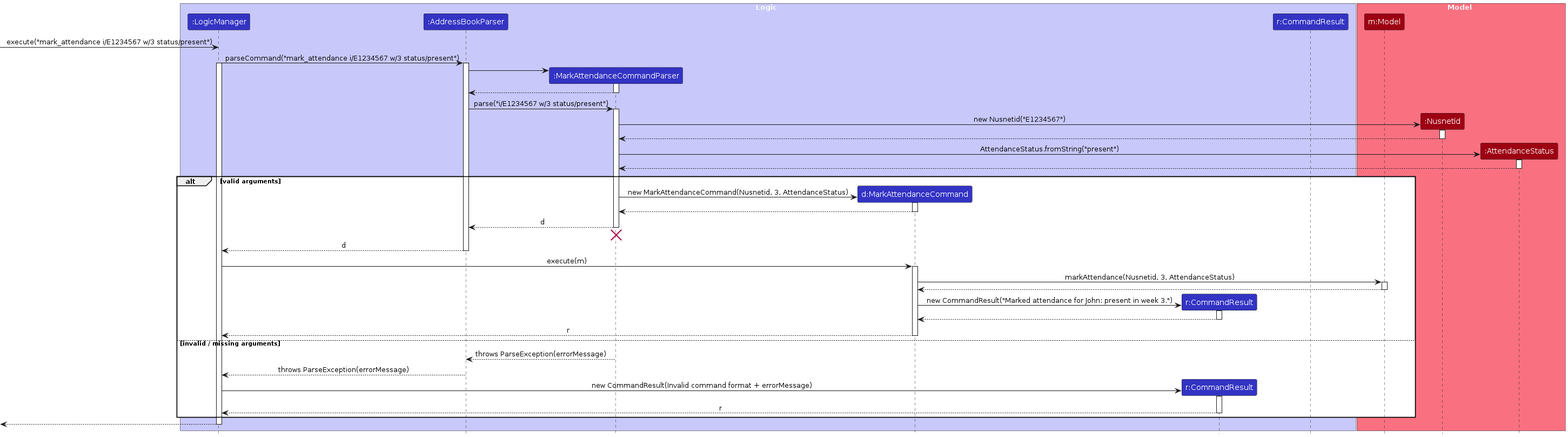
Above: diagrams/MarkAttendanceSequenceDiagram.png in AY2526S1-CS2103T-W11-1/tp (PlantUML), before the change. Its source is kept beside it as diagrams/MarkAttendanceSequenceDiagram.puml.
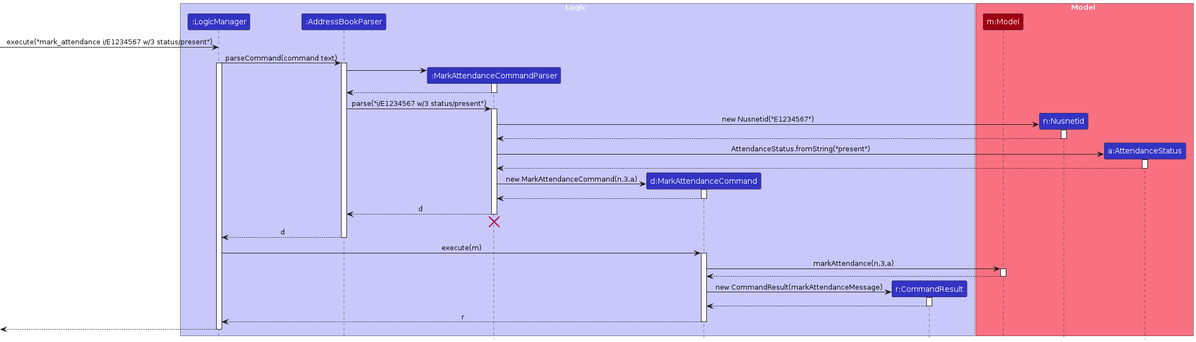
The same diagram one commit later.

Diff of the diagram source:
```diff
@@ -8,7 +8,8 @@
 participant ":MarkAttendanceCommandParser" as MarkAttendanceCommandParser LOGIC_COLOR
 participant "d:MarkAttendanceCommand" as MarkAttendanceCommand LOGIC_COLOR
 participant "r:CommandResult" as CommandResult LOGIC_COLOR
-participant "r:CommandResult" as CommandResult2 LOGIC_COLOR
+participant "n:Nusnetid" as Nusnetid LOGIC_COLOR
+participant "a:AttendanceStatus" as AttendanceStatus LOGIC_COLOR
 end box
 
 box Model MODEL_COLOR_T1
@@ -19,7 +20,7 @@
 
 [-> LogicManager : execute("mark_attendance i/E1234567 w/3 status/present")
 
-LogicManager -> AddressBookParser : parseCommand("mark_attendance i/E1234567 w/3 status/present")
+LogicManager -> AddressBookParser : parseCommand(command text)
 activate LogicManager
 activate AddressBookParser
 
@@ -45,50 +46,38 @@
 AttendanceStatus --> MarkAttendanceCommandParser
 deactivate AttendanceStatus
 
-alt valid arguments
-    create MarkAttendanceCommand
-    MarkAttendanceCommandParser -> MarkAttendanceCommand : new MarkAttendanceCommand(Nusnetid, 3, AttendanceStatus)
-    activate MarkAttendanceCommand
-    MarkAttendanceCommand --> MarkAttendanceCommandParser
-    deactivate MarkAttendanceCommand
 
-    MarkAttendanceCommandParser --> AddressBookParser : d
-    deactivate MarkAttendanceCommandParser
-    MarkAttendanceCommandParser -[hidden]-> AddressBookParser
-    destroy MarkAttendanceCommandParser
+create MarkAttendanceCommand
+MarkAttendanceCommandParser -> MarkAttendanceCommand : new MarkAttendanceCommand(n,3,a)
+activate MarkAttendanceCommand
+MarkAttendanceCommand --> MarkAttendanceCommandParser
+deactivate MarkAttendanceCommand
 
-    AddressBookParser --> LogicManager : d
-    deactivate AddressBookParser
+MarkAttendanceCommandParser --> AddressBookParser : d
+deactivate MarkAttendanceCommandParser
+MarkAttendanceCommandParser -[hidden]-> AddressBookParser
+destroy MarkAttendanceCommandParser
 
-    LogicManager -> MarkAttendanceCommand : execute(m)
-    activate MarkAttendanceCommand
+AddressBookParser --> LogicManager : d
+deactivate AddressBookParser
 
-    MarkAttendanceCommand -> Model : markAttendance(Nusnetid, 3, AttendanceStatus)
-    activate Model
-    Model --> MarkAttendanceCommand
-    deactivate Model
+LogicManager -> MarkAttendanceCommand : execute(m)
+activate MarkAttendanceCommand
 
-    create CommandResult
-    MarkAttendanceCommand -> CommandResult : new CommandResult("Marked attendance for John: present in week 3.")
-    activate CommandResult
-    CommandResult --> MarkAttendanceCommand
-    deactivate CommandResult
+MarkAttendanceCommand -> Model : markAttendance(n,3,a)
+activate Model
+Model --> MarkAttendanceCommand
+deactivate Model
 
-    MarkAttendanceCommand --> LogicManager : r
-    deactivate MarkAttendanceCommand
-else invalid / missing arguments
-    MarkAttendanceCommandParser --> AddressBookParser : throws ParseException(errorMessage)
-    deactivate MarkAttendanceCommandParser
+create CommandResult
+MarkAttendanceCommand -> CommandResult : new CommandResult(markAttendanceMessage)
+activate CommandResult
+CommandResult --> MarkAttendanceCommand
+deactivate CommandResult
 
-    AddressBookParser --> LogicManager : throws ParseException(errorMessage)
-    deactivate AddressBookParser
+MarkAttendanceCommand --> LogicManager : r
+deactivate MarkAttendanceCommand
 
-    create CommandResult
-    LogicManager -> CommandResult : new CommandResult(Invalid command format + errorMessage)
-    activate CommandResult
-    CommandResult --> LogicManager : r
-    deactivate CommandResult
-end
 
 [<--LogicManager
 deactivate LogicManager
```
